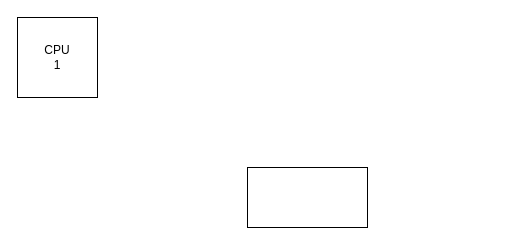
Earlier version of the draw.io diagram linux内核.drawio (catface996/images). Source tidied: cells renumbered, new cells numbered last; positions are measured from the earlier drawing's top-left corner, leaving out a move shared by most shapes. Both pictures are drawn from the tidied source at 100%, with x=0, y=0 at pixel (17, 17).
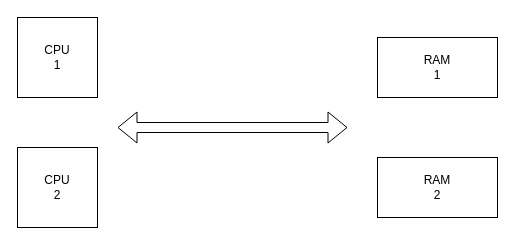
The same page after the edit.

Change to the diagram source:
```diff
@@
 <mxGraphModel>
   <root>
     <mxCell id="0" />
     <mxCell id="1" parent="0" />
-    <mxCell id="2" style="rounded=0;whiteSpace=wrap;html=1;" parent="1" vertex="1">
-      <mxGeometry x="230" y="150" width="120" height="60" as="geometry" />
+    <mxCell id="2" value="RAM&lt;br&gt;1" style="rounded=0;whiteSpace=wrap;html=1;" parent="1" vertex="1">
+      <mxGeometry x="360" y="20" width="120" height="60" as="geometry" />
     </mxCell>
     <mxCell id="3" value="CPU&lt;br&gt;1" style="whiteSpace=wrap;html=1;" parent="1" vertex="1">
       <mxGeometry width="80" height="80" as="geometry" />
     </mxCell>
+    <mxCell id="4" value="CPU&lt;br&gt;2" style="whiteSpace=wrap;html=1;" parent="1" vertex="1">
+      <mxGeometry y="130" width="80" height="80" as="geometry" />
+    </mxCell>
+    <mxCell id="5" style="shape=flexArrow;endArrow=classic;startArrow=classic;html=1;" parent="1" edge="1">
+      <mxGeometry relative="1" as="geometry">
+        <mxPoint x="100" y="110" as="sourcePoint" />
+        <mxPoint x="330" y="110" as="targetPoint" />
+      </mxGeometry>
+    </mxCell>
+    <mxCell id="6" value="RAM&lt;br&gt;2" style="rounded=0;whiteSpace=wrap;html=1;" parent="1" vertex="1">
+      <mxGeometry x="360" y="140" width="120" height="60" as="geometry" />
+    </mxCell>
   </root>
 </mxGraphModel>
```
